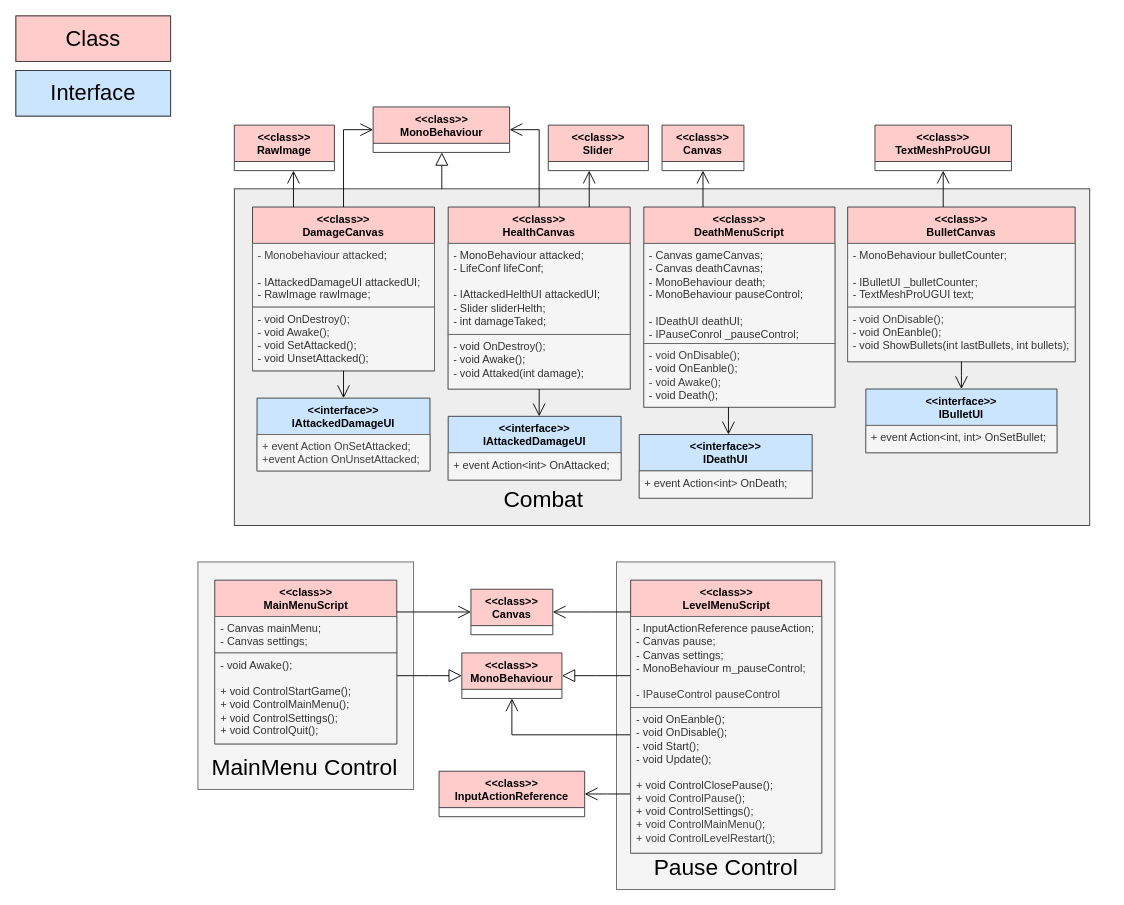
Before: doc/Class_Diagram_UI.drawio in OGecgo/TheCatCult, a draw.io diagram. Source tidied: cells renumbered, new cells numbered last; positions are measured from the earlier drawing's top-left corner, leaving out a move shared by most shapes. Both pictures are drawn from the tidied source at 91%, with x=0, y=0 at pixel (15, 15).
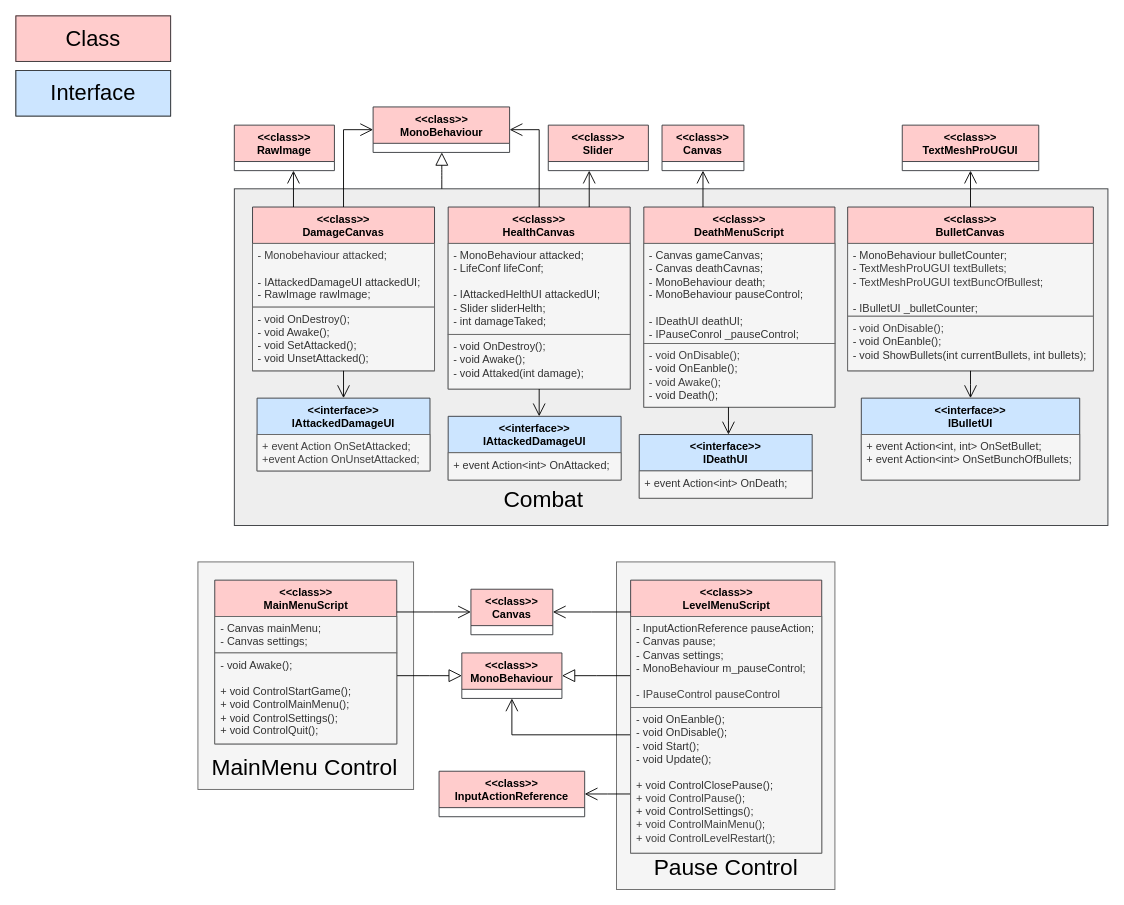
After the change.

Diff of the diagram source:
```diff
@@
     <mxCell id="2" style="rounded=0;whiteSpace=wrap;html=1;fillColor=#eeeeee;strokeColor=#36393d;" parent="1" vertex="1">
-      <mxGeometry x="240" y="190" width="940" height="370" as="geometry" />
+      <mxGeometry x="240" y="190" width="960" height="370" as="geometry" />
     </mxCell>
@@
     <mxCell id="58" value="&lt;div&gt;&amp;lt;&amp;lt;class&amp;gt;&amp;gt;&lt;/div&gt;&lt;div&gt;BulletCanvas&lt;/div&gt;" style="swimlane;fontStyle=1;align=center;verticalAlign=top;horizontal=1;startSize=40;whiteSpace=wrap;html=1;fillColor=#ffcccc;strokeColor=#36393d;" parent="1" vertex="1">
-      <mxGeometry x="914" y="210" width="250" height="170" as="geometry" />
+      <mxGeometry x="914" y="210" width="270" height="180" as="geometry" />
     </mxCell>
-    <mxCell id="59" value="- MonoBehaviour bulletCounter;&lt;div&gt;&lt;br&gt;&lt;/div&gt;&lt;div&gt;- IBulletUI _bulletCounter;&lt;/div&gt;&lt;div&gt;- TextMeshProUGUI text;&lt;/div&gt;" style="text;align=left;verticalAlign=top;spacingLeft=4;spacingRight=4;overflow=hidden;whiteSpace=wrap;html=1;fillColor=#f5f5f5;fontColor=#333333;strokeColor=#666666;" parent="58" vertex="1">
-      <mxGeometry y="40" width="250" height="70" as="geometry" />
+    <mxCell id="59" value="- MonoBehaviour bulletCounter;&lt;div&gt;- T&lt;span style=&quot;color: rgb(63, 63, 63); background-color: transparent;&quot;&gt;extMeshProUGUI textBullets;&lt;/span&gt;&lt;/div&gt;&lt;div&gt;&lt;span style=&quot;color: rgb(63, 63, 63); background-color: transparent;&quot;&gt;- T&lt;/span&gt;&lt;span style=&quot;color: rgb(63, 63, 63); background-color: transparent;&quot;&gt;extMeshProUGUI textBuncOfBullest;&lt;/span&gt;&lt;/div&gt;&lt;div&gt;&lt;br&gt;&lt;/div&gt;&lt;div&gt;- IBulletUI _bulletCounter;&lt;/div&gt;" style="text;align=left;verticalAlign=top;spacingLeft=4;spacingRight=4;overflow=hidden;whiteSpace=wrap;html=1;fillColor=#f5f5f5;fontColor=#333333;strokeColor=#666666;" parent="58" vertex="1">
+      <mxGeometry y="40" width="270" height="80" as="geometry" />
     </mxCell>
-    <mxCell id="60" value="&lt;div style=&quot;color: rgb(63, 63, 63); scrollbar-color: rgb(226, 226, 226) rgb(251, 251, 251);&quot;&gt;- void OnDisable();&lt;/div&gt;- void OnEanble();&lt;div&gt;- void ShowBullets(int lastBullets, int bullets);&lt;/div&gt;" style="text;align=left;verticalAlign=top;spacingLeft=4;spacingRight=4;overflow=hidden;whiteSpace=wrap;html=1;fillColor=#f5f5f5;fontColor=#333333;strokeColor=#666666;" parent="58" vertex="1">
-      <mxGeometry y="110" width="250" height="60" as="geometry" />
+    <mxCell id="60" value="&lt;div style=&quot;color: rgb(63, 63, 63); scrollbar-color: rgb(226, 226, 226) rgb(251, 251, 251);&quot;&gt;- void OnDisable();&lt;/div&gt;- void OnEanble();&lt;div&gt;- void ShowBullets(int currentBullets, int bullets);&lt;/div&gt;" style="text;align=left;verticalAlign=top;spacingLeft=4;spacingRight=4;overflow=hidden;whiteSpace=wrap;html=1;fillColor=#f5f5f5;fontColor=#333333;strokeColor=#666666;" parent="58" vertex="1">
+      <mxGeometry y="120" width="270" height="60" as="geometry" />
     </mxCell>
     <mxCell id="61" value="&lt;div&gt;&amp;lt;&amp;lt;class&amp;gt;&amp;gt;&lt;/div&gt;&lt;div&gt;TextMeshProUGUI&lt;/div&gt;" style="swimlane;fontStyle=1;align=center;verticalAlign=top;horizontal=1;startSize=40;whiteSpace=wrap;html=1;fillColor=#ffcccc;strokeColor=#36393d;" parent="1" vertex="1">
-      <mxGeometry x="944" y="120" width="150" height="50" as="geometry" />
+      <mxGeometry x="974" y="120" width="150" height="50" as="geometry" />
     </mxCell>
@@
     <mxCell id="63" value="&lt;div&gt;&amp;lt;&amp;lt;interface&amp;gt;&amp;gt;&lt;/div&gt;&lt;div&gt;IBulletUI&lt;/div&gt;" style="swimlane;fontStyle=1;align=center;verticalAlign=top;horizontal=1;startSize=40;whiteSpace=wrap;html=1;fillColor=#cce5ff;strokeColor=#36393d;" parent="1" vertex="1">
-      <mxGeometry x="934" y="410" width="210" height="70" as="geometry" />
+      <mxGeometry x="929" y="420" width="240" height="90" as="geometry" />
     </mxCell>
-    <mxCell id="64" value="&lt;div&gt;&lt;div&gt;+ event Action&amp;lt;int, int&amp;gt; OnSetBullet;&lt;/div&gt;&lt;/div&gt;" style="text;align=left;verticalAlign=top;spacingLeft=4;spacingRight=4;overflow=hidden;whiteSpace=wrap;html=1;fillColor=#f5f5f5;fontColor=#333333;strokeColor=#666666;" parent="63" vertex="1">
-      <mxGeometry y="40" width="210" height="30" as="geometry" />
+    <mxCell id="64" value="&lt;div&gt;&lt;div&gt;+ event Action&amp;lt;int, int&amp;gt; OnSetBullet;&lt;/div&gt;&lt;/div&gt;&lt;div&gt;+ event Action&amp;lt;int&amp;gt; OnSetBunchOfBullets;&lt;/div&gt;" style="text;align=left;verticalAlign=top;spacingLeft=4;spacingRight=4;overflow=hidden;whiteSpace=wrap;html=1;fillColor=#f5f5f5;fontColor=#333333;strokeColor=#666666;" parent="63" vertex="1">
+      <mxGeometry y="40" width="240" height="50" as="geometry" />
     </mxCell>
```
